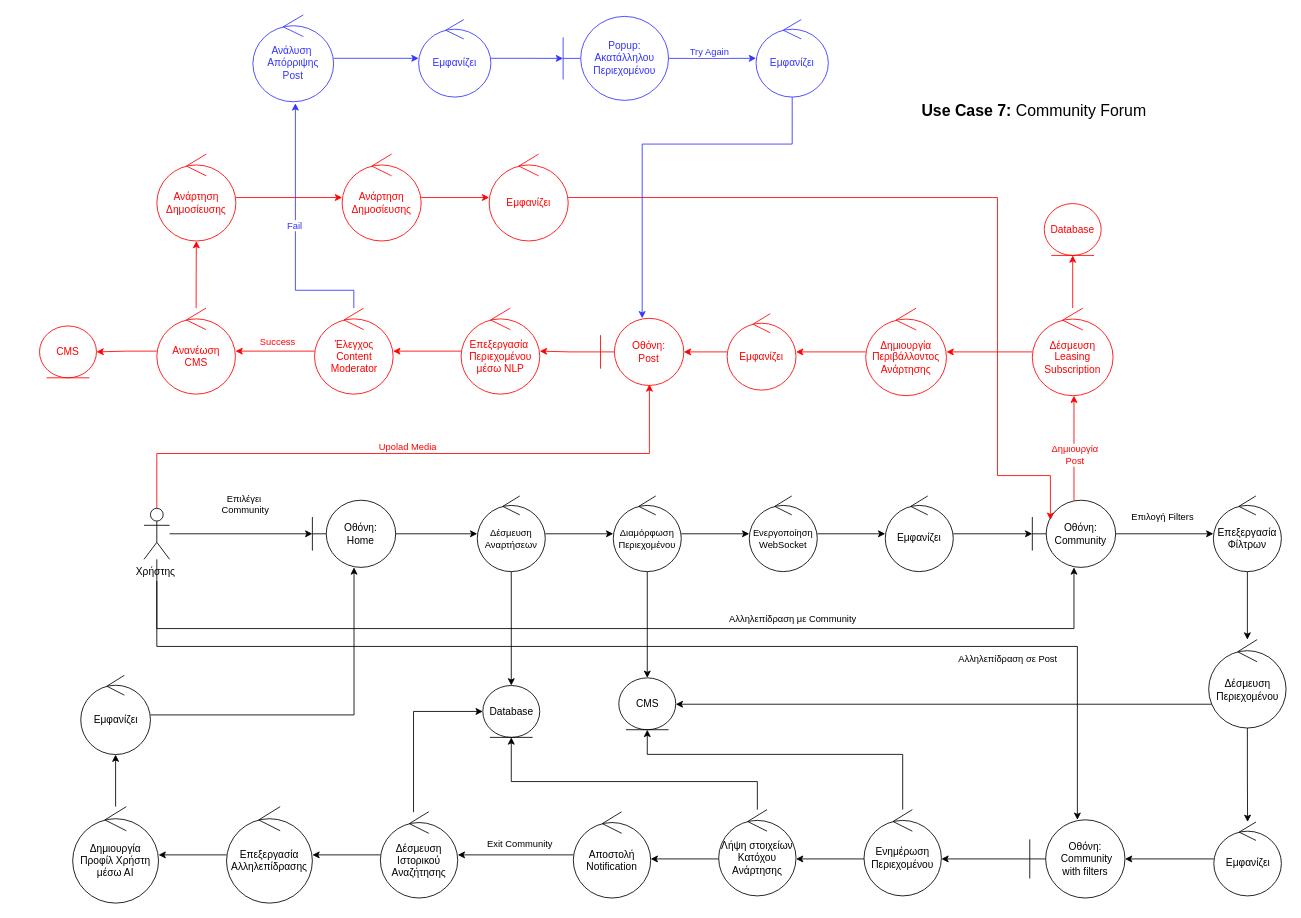
ChristineGi/LeaseIt keeps this draw.io diagram as page "Use Case 7 Robustness" (7 of 9) of drawio/Robustness.drawio. Above is the earlier version. Source tidied: cells renumbered, new cells numbered last; positions are measured from the earlier drawing's top-left corner, leaving out a move shared by most shapes. Both pictures are drawn from the tidied source at 85%, with x=0, y=0 at pixel (39, 14).
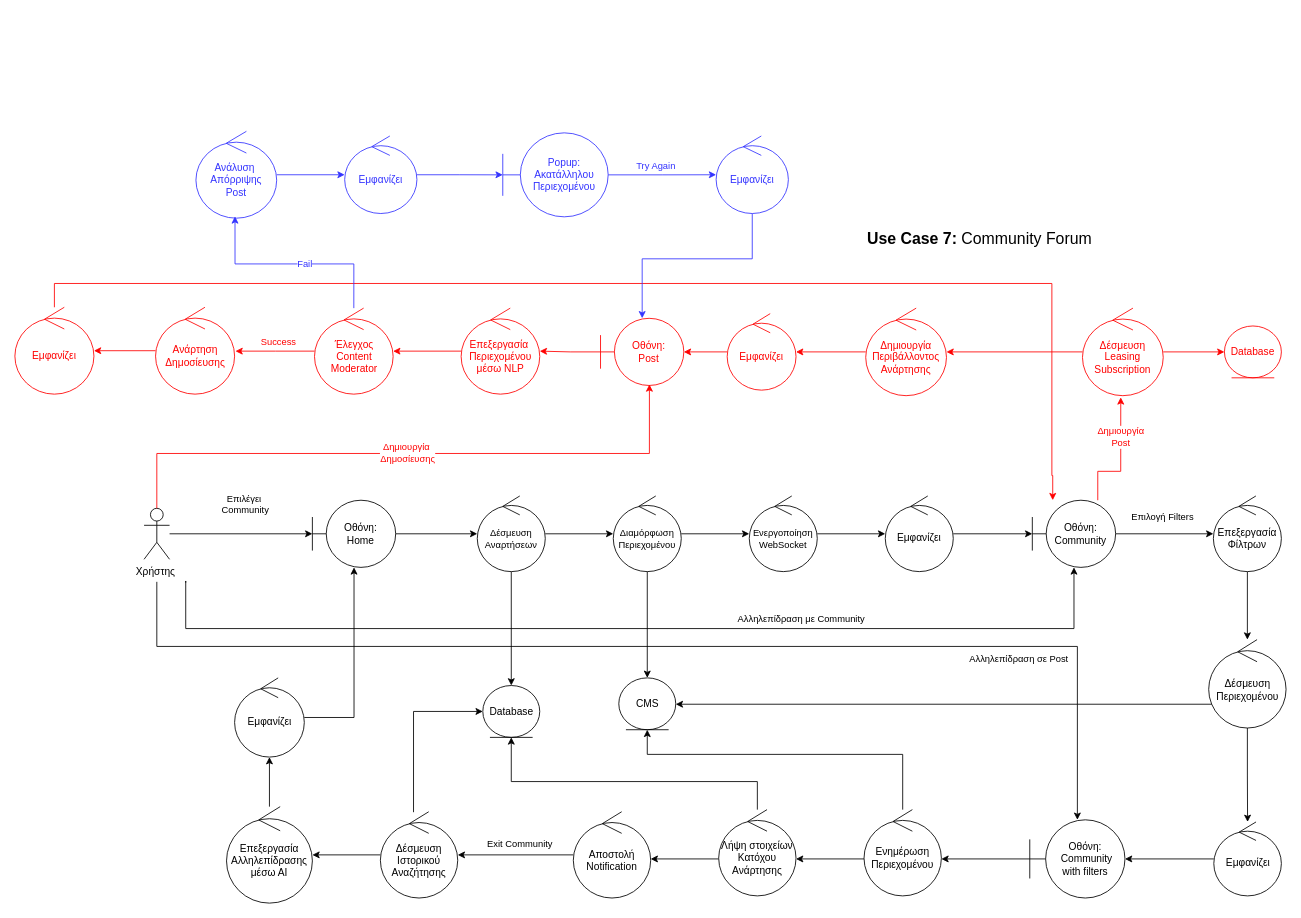
The same page after the edit.

The change refers to these unchanged cells:
```xml
<mxCell id="6" value="Χρήστης&amp;nbsp;" style="shape=umlActor;verticalLabelPosition=bottom;verticalAlign=top;html=1;" parent="1" vertex="1">
  <mxGeometry x="123" y="580.5" width="30" height="60" as="geometry" />
</mxCell>
<mxCell id="25" value="Οθόνη:&lt;div&gt;Community&lt;/div&gt;" style="shape=umlBoundary;whiteSpace=wrap;html=1;" parent="1" vertex="1">
  <mxGeometry x="1168" y="571" width="98" height="79" as="geometry" />
</mxCell>
<mxCell id="36" value="Οθόνη:&lt;div&gt;&amp;nbsp;Community&lt;/div&gt;&lt;div&gt;with filters&lt;/div&gt;" style="shape=umlBoundary;whiteSpace=wrap;html=1;" parent="1" vertex="1">
  <mxGeometry x="1165" y="947" width="112" height="92" as="geometry" />
</mxCell>
<mxCell id="63" value="Οθόνη:&lt;div&gt;Post&lt;/div&gt;" style="shape=umlBoundary;whiteSpace=wrap;html=1;fontColor=#FF0000;strokeColor=#FF0000;" parent="1" vertex="1">
  <mxGeometry x="660" y="357" width="98" height="79" as="geometry" />
</mxCell>
<mxCell id="64" style="edgeStyle=orthogonalEdgeStyle;rounded=0;jettySize=auto;html=1;entryX=0.587;entryY=0.984;entryDx=0;entryDy=0;entryPerimeter=0;strokeColor=#FF0000;" parent="1" edge="1" source="6" target="63">
  <mxGeometry relative="1" as="geometry">
    <Array as="points">
      <mxPoint x="138" y="516" />
      <mxPoint x="717" y="516" />
    </Array>
  </mxGeometry>
</mxCell>
<mxCell id="72" value="Έλεγχος&lt;div&gt;Content&lt;/div&gt;&lt;div&gt;Moderator&lt;/div&gt;" style="ellipse;shape=umlControl;whiteSpace=wrap;html=1;fontColor=#FF0000;strokeColor=#FF0000;" parent="1" vertex="1">
  <mxGeometry x="323.5" y="345" width="92.5" height="101.2" as="geometry" />
</mxCell>
```

Change to the diagram source:
```diff
@@
     <mxCell id="2" style="edgeStyle=orthogonalEdgeStyle;rounded=0;jettySize=auto;html=1;" parent="1" edge="1" target="25">
       <mxGeometry relative="1" as="geometry">
-        <mxPoint x="138" y="666" as="sourcePoint" />
+        <mxPoint x="172" y="668" as="sourcePoint" />
         <Array as="points">
-          <mxPoint x="138" y="722" />
+          <mxPoint x="172" y="666" />
+          <mxPoint x="172" y="722" />
           <mxPoint x="1217" y="722" />
         </Array>
       </mxGeometry>
     </mxCell>
@@
-    <mxCell id="4" style="edgeStyle=orthogonalEdgeStyle;rounded=0;jettySize=auto;html=1;" parent="1" edge="1" source="6" target="36">
+    <mxCell id="4" style="edgeStyle=orthogonalEdgeStyle;rounded=0;jettySize=auto;html=1;" parent="1" edge="1" target="36">
       <mxGeometry relative="1" as="geometry">
+        <mxPoint x="138" y="667" as="sourcePoint" />
         <Array as="points">
           <mxPoint x="138" y="743" />
           <mxPoint x="1221" y="743" />
         </Array>
       </mxGeometry>
     </mxCell>
@@
-    <mxCell id="23" style="edgeStyle=orthogonalEdgeStyle;rounded=0;jettySize=auto;html=1;strokeColor=#FF0000;" parent="1" edge="1" source="25">
+    <mxCell id="23" style="edgeStyle=orthogonalEdgeStyle;rounded=0;jettySize=auto;html=1;strokeColor=#FF0000;entryX=0.474;entryY=1.019;entryDx=0;entryDy=0;entryPerimeter=0;" parent="1" edge="1" source="25" target="58">
       <mxGeometry relative="1" as="geometry">
-        <mxPoint x="1217" y="448" as="targetPoint" />
+        <Array as="points">
+          <mxPoint x="1245" y="537" />
+          <mxPoint x="1272" y="537" />
+        </Array>
       </mxGeometry>
     </mxCell>
     <mxCell id="24" value="Δημιουργία&lt;div&gt;Post&lt;/div&gt;" style="edgeLabel;html=1;align=center;verticalAlign=middle;fontColor=#FF0000;" parent="23" vertex="1">
       <mxGeometry x="-0.29" y="-2" relative="1" as="geometry">
-        <mxPoint x="-2" y="-10" as="offset" />
+        <mxPoint x="7" y="-43" as="offset" />
       </mxGeometry>
     </mxCell>
@@
-    <mxCell id="48" style="edgeStyle=orthogonalEdgeStyle;rounded=0;jettySize=auto;html=1;" parent="1" edge="1" source="49" target="51">
-      <mxGeometry relative="1" as="geometry" />
-    </mxCell>
+    <mxCell id="92" style="edgeStyle=orthogonalEdgeStyle;rounded=0;jettySize=auto;html=1;" parent="1" edge="1" source="49" target="53">
+      <mxGeometry relative="1" as="geometry" />
+    </mxCell>
-    <mxCell id="49" value="Επεξεργασία&lt;div&gt;Αλληλεπίδρασης&lt;/div&gt;" style="ellipse;shape=umlControl;whiteSpace=wrap;html=1;" parent="1" vertex="1">
+    <mxCell id="49" value="Επεξεργασία&lt;div&gt;Αλληλεπίδρασης&lt;/div&gt;&lt;div&gt;μέσω ΑΙ&lt;/div&gt;" style="ellipse;shape=umlControl;whiteSpace=wrap;html=1;" parent="1" vertex="1">
       <mxGeometry x="220" y="931.5" width="101" height="113.5" as="geometry" />
     </mxCell>
-    <mxCell id="50" style="edgeStyle=orthogonalEdgeStyle;rounded=0;jettySize=auto;html=1;" parent="1" edge="1" source="51" target="53">
-      <mxGeometry relative="1" as="geometry" />
-    </mxCell>
-    <mxCell id="51" value="Δημιουργία&lt;div&gt;Προφίλ Χρήστη&lt;/div&gt;&lt;div&gt;μέσω ΑΙ&lt;/div&gt;" style="ellipse;shape=umlControl;whiteSpace=wrap;html=1;" parent="1" vertex="1">
-      <mxGeometry x="39" y="931.5" width="101" height="113.5" as="geometry" />
-    </mxCell>
@@
     <mxCell id="53" value="Εμφανίζει" style="ellipse;shape=umlControl;whiteSpace=wrap;html=1;" parent="1" vertex="1">
-      <mxGeometry x="48.5" y="777" width="82" height="93.2" as="geometry" />
+      <mxGeometry x="229.5" y="780" width="82" height="93.2" as="geometry" />
     </mxCell>
@@
     <mxCell id="58" value="Δέσμευση&lt;div&gt;Leasing&lt;/div&gt;&lt;div&gt;Subscription&lt;/div&gt;" style="ellipse;shape=umlControl;whiteSpace=wrap;html=1;fontColor=#FF0000;strokeColor=#FF0000;" parent="1" vertex="1">
-      <mxGeometry x="1168" y="345" width="95" height="103" as="geometry" />
+      <mxGeometry x="1227" y="345" width="95" height="103" as="geometry" />
     </mxCell>
     <mxCell id="59" value="Database" style="ellipse;shape=umlEntity;whiteSpace=wrap;html=1;fontColor=#FF0000;strokeColor=#FF0000;" parent="1" vertex="1">
-      <mxGeometry x="1182" y="222" width="67" height="61" as="geometry" />
+      <mxGeometry x="1394" y="366" width="67" height="61" as="geometry" />
     </mxCell>
@@
-    <mxCell id="65" value="Upolad Media" style="edgeLabel;html=1;align=center;verticalAlign=middle;fontColor=#FF0000;" parent="64" vertex="1">
+    <mxCell id="65" value="Δημιουργία&amp;nbsp;&lt;div&gt;Δημοσίευσης&lt;/div&gt;" style="edgeLabel;html=1;align=center;verticalAlign=middle;fontColor=#FF0000;" parent="64" vertex="1">
       <mxGeometry x="-0.01" relative="1" as="geometry">
-        <mxPoint y="-9" as="offset" />
+        <mxPoint y="-2" as="offset" />
       </mxGeometry>
     </mxCell>
@@
-    <mxCell id="68" style="edgeStyle=orthogonalEdgeStyle;rounded=0;jettySize=auto;html=1;fontColor=#FF0000;strokeColor=#FF0000;" parent="1" edge="1" source="72" target="75">
-      <mxGeometry relative="1" as="geometry" />
+    <mxCell id="68" style="edgeStyle=orthogonalEdgeStyle;rounded=0;jettySize=auto;html=1;fontColor=#FF0000;strokeColor=#FF0000;" parent="1" edge="1" source="72">
+      <mxGeometry relative="1" as="geometry">
+        <mxPoint x="230.5" y="395.6" as="targetPoint" />
+      </mxGeometry>
     </mxCell>
@@
-    <mxCell id="70" style="edgeStyle=orthogonalEdgeStyle;rounded=0;jettySize=auto;html=1;strokeColor=#3333FF;" parent="1" edge="1" source="72">
-      <mxGeometry relative="1" as="geometry">
-        <mxPoint x="301" y="104" as="targetPoint" />
-        <Array as="points">
-          <mxPoint x="370" y="324" />
-          <mxPoint x="301" y="324" />
-        </Array>
-      </mxGeometry>
-    </mxCell>
-    <mxCell id="71" value="&lt;font color=&quot;#3333ff&quot;&gt;Fail&lt;/font&gt;" style="edgeLabel;html=1;align=center;verticalAlign=middle;" parent="70" vertex="1">
-      <mxGeometry x="0.07" y="2" relative="1" as="geometry" />
-    </mxCell>
@@
-    <mxCell id="73" style="edgeStyle=orthogonalEdgeStyle;rounded=0;jettySize=auto;html=1;fontColor=#FF0000;strokeColor=#FF0000;" parent="1" edge="1" source="75" target="76">
-      <mxGeometry relative="1" as="geometry" />
-    </mxCell>
-    <mxCell id="74" style="edgeStyle=orthogonalEdgeStyle;rounded=0;jettySize=auto;html=1;fontColor=#FF0000;strokeColor=#FF0000;" parent="1" edge="1" source="75" target="78">
-      <mxGeometry relative="1" as="geometry" />
-    </mxCell>
-    <mxCell id="75" value="Ανανέωση&lt;div&gt;CMS&lt;/div&gt;" style="ellipse;shape=umlControl;whiteSpace=wrap;html=1;fontColor=#FF0000;strokeColor=#FF0000;" parent="1" vertex="1">
-      <mxGeometry x="138" y="345" width="92.5" height="101.2" as="geometry" />
-    </mxCell>
-    <mxCell id="76" value="CMS" style="ellipse;shape=umlEntity;whiteSpace=wrap;html=1;fontColor=#FF0000;strokeColor=#FF0000;" parent="1" vertex="1">
-      <mxGeometry y="366" width="67" height="61" as="geometry" />
-    </mxCell>
-    <mxCell id="77" style="edgeStyle=orthogonalEdgeStyle;rounded=0;jettySize=auto;html=1;fontColor=#FF0000;strokeColor=#FF0000;" parent="1" edge="1" source="78" target="80">
-      <mxGeometry relative="1" as="geometry" />
-    </mxCell>
-    <mxCell id="78" value="Ανάρτηση&lt;div&gt;Δημοσίευσης&lt;/div&gt;" style="ellipse;shape=umlControl;whiteSpace=wrap;html=1;fontColor=#FF0000;strokeColor=#FF0000;" parent="1" vertex="1">
-      <mxGeometry x="138" y="163.8" width="93" height="102.2" as="geometry" />
-    </mxCell>
@@
     <mxCell id="80" value="Ανάρτηση&lt;div&gt;Δημοσίευσης&lt;/div&gt;" style="ellipse;shape=umlControl;whiteSpace=wrap;html=1;fontColor=#FF0000;strokeColor=#FF0000;" parent="1" vertex="1">
-      <mxGeometry x="356" y="163.8" width="93" height="102.2" as="geometry" />
+      <mxGeometry x="136.5" y="344" width="93" height="102.2" as="geometry" />
     </mxCell>
     <mxCell id="81" value="Εμφανίζει" style="ellipse;shape=umlControl;whiteSpace=wrap;html=1;fontColor=#FF0000;strokeColor=#FF0000;" parent="1" vertex="1">
-      <mxGeometry x="529" y="163.8" width="93" height="102.2" as="geometry" />
+      <mxGeometry x="-29" y="344" width="93" height="102.2" as="geometry" />
     </mxCell>
-    <mxCell id="82" style="edgeStyle=orthogonalEdgeStyle;rounded=0;jettySize=auto;html=1;entryX=0.217;entryY=0.293;entryDx=0;entryDy=0;entryPerimeter=0;strokeColor=#FF0000;" parent="1" edge="1" source="81" target="25">
+    <mxCell id="82" style="edgeStyle=orthogonalEdgeStyle;rounded=0;jettySize=auto;html=1;strokeColor=#FF0000;" parent="1" edge="1" source="81" target="25">
       <mxGeometry relative="1" as="geometry">
         <Array as="points">
-          <mxPoint x="1127" y="215" />
-          <mxPoint x="1127" y="542" />
-          <mxPoint x="1189" y="542" />
+          <mxPoint x="18" y="316" />
+          <mxPoint x="1191" y="316" />
+          <mxPoint x="1191" y="542" />
+          <mxPoint x="1192" y="542" />
         </Array>
       </mxGeometry>
     </mxCell>
@@
     <mxCell id="84" value="Εμφανίζει" style="ellipse;shape=umlControl;whiteSpace=wrap;html=1;fontColor=#3333FF;strokeColor=#3333FF;" parent="1" vertex="1">
-      <mxGeometry x="446" y="5.5" width="85" height="91.2" as="geometry" />
+      <mxGeometry x="359" y="142.5" width="85" height="91.2" as="geometry" />
     </mxCell>
     <mxCell id="85" value="Try Again" style="edgeStyle=orthogonalEdgeStyle;rounded=0;jettySize=auto;html=1;strokeColor=#3333FF;fontColor=#3333FF;" parent="1" edge="1" source="86" target="88">
-      <mxGeometry x="-0.07" y="7" relative="1" as="geometry" />
+      <mxGeometry x="-0.12" y="10" relative="1" as="geometry" />
     </mxCell>
     <mxCell id="86" value="Popup:&lt;div&gt;Ακατάλληλου&lt;/div&gt;&lt;div&gt;Περιεχομένου&lt;/div&gt;" style="shape=umlBoundary;whiteSpace=wrap;html=1;fontColor=#3333FF;strokeColor=#3333FF;" parent="1" vertex="1">
-      <mxGeometry x="616" y="1.8" width="124" height="98.8" as="geometry" />
+      <mxGeometry x="545" y="138.8" width="124" height="98.8" as="geometry" />
     </mxCell>
     <mxCell id="87" style="edgeStyle=orthogonalEdgeStyle;rounded=0;jettySize=auto;html=1;strokeColor=#3333FF;" parent="1" edge="1" source="88" target="63">
       <mxGeometry relative="1" as="geometry">
         <Array as="points">
-          <mxPoint x="886" y="152" />
-          <mxPoint x="709" y="152" />
+          <mxPoint x="839" y="287" />
+          <mxPoint x="709" y="287" />
         </Array>
       </mxGeometry>
     </mxCell>
     <mxCell id="88" value="Εμφανίζει" style="ellipse;shape=umlControl;whiteSpace=wrap;html=1;fontColor=#3333FF;strokeColor=#3333FF;" parent="1" vertex="1">
-      <mxGeometry x="843" y="5.5" width="85" height="91.2" as="geometry" />
+      <mxGeometry x="796" y="142.5" width="85" height="91.2" as="geometry" />
     </mxCell>
@@
     <mxCell id="90" value="Ανάλυση&amp;nbsp;&lt;div&gt;Απόρριψης&lt;/div&gt;&lt;div&gt;Post&lt;/div&gt;" style="ellipse;shape=umlControl;whiteSpace=wrap;html=1;fontColor=#3333FF;strokeColor=#3333FF;" parent="1" vertex="1">
-      <mxGeometry x="251" width="95" height="102.2" as="geometry" />
+      <mxGeometry x="184" y="137" width="95" height="102.2" as="geometry" />
     </mxCell>
     <mxCell id="91" value="&lt;p class=&quot;MsoNormal&quot;&gt;&lt;span lang=&quot;EN-US&quot; style=&quot;font-size: 14pt;&quot;&gt;&lt;b&gt;Use Case 7: &lt;/b&gt;Community Forum&lt;/span&gt;&lt;/p&gt;" style="text;whiteSpace=wrap;html=1;" parent="1" vertex="1">
-      <mxGeometry x="1036" y="84" width="305" height="68" as="geometry" />
+      <mxGeometry x="972" y="233.8" width="305" height="49" as="geometry" />
     </mxCell>
+    <mxCell id="93" style="edgeStyle=orthogonalEdgeStyle;rounded=0;jettySize=auto;html=1;entryX=0.484;entryY=0.979;entryDx=0;entryDy=0;entryPerimeter=0;strokeColor=#3333FF;" parent="1" edge="1" source="72" target="90">
+      <mxGeometry relative="1" as="geometry">
+        <Array as="points">
+          <mxPoint x="370" y="293" />
+          <mxPoint x="230" y="293" />
+        </Array>
+      </mxGeometry>
+    </mxCell>
+    <mxCell id="71" value="&lt;font color=&quot;#3333ff&quot;&gt;Fail&lt;/font&gt;" style="edgeLabel;html=1;align=center;verticalAlign=middle;" parent="93" vertex="1">
+      <mxGeometry x="0.1" relative="1" as="geometry">
+        <mxPoint x="26" y="-1" as="offset" />
+      </mxGeometry>
+    </mxCell>
```
